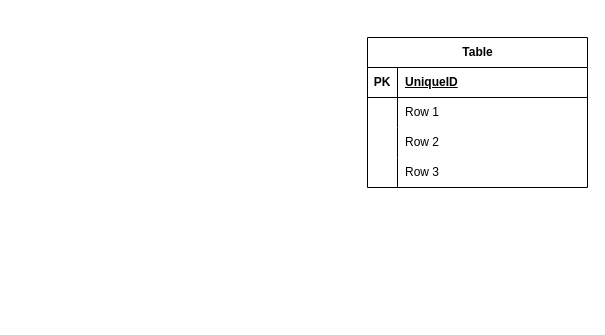
Heumhub/sparta keeps this draw.io diagram as 장고심화개인과제.drawio. Above is the earlier version. Source tidied: cells renumbered, new cells numbered last; positions are measured from the earlier drawing's top-left corner, leaving out a move shared by most shapes. Both pictures are drawn from the tidied source at 100%, with x=0, y=0 at pixel (367, 37).
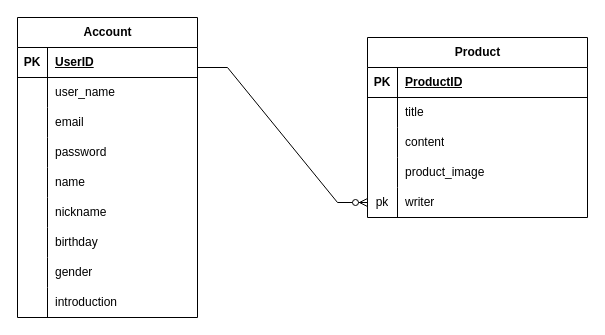
After the change.

Commit message:
장고심화개인과제.drawio 업데이트

The change refers to these unchanged cells:
```xml
<mxCell id="3" style="shape=tableRow;horizontal=0;startSize=0;swimlaneHead=0;swimlaneBody=0;fillColor=none;top=0;left=0;right=0;bottom=1;" parent="2" vertex="1">
  <mxGeometry y="30" width="220" height="30" as="geometry" />
</mxCell>
<mxCell id="6" style="shape=tableRow;horizontal=0;startSize=0;swimlaneHead=0;swimlaneBody=0;fillColor=none;top=0;left=0;right=0;bottom=0;" parent="2" vertex="1">
  <mxGeometry y="60" width="220" height="30" as="geometry" />
</mxCell>
<mxCell id="9" style="shape=tableRow;horizontal=0;startSize=0;swimlaneHead=0;swimlaneBody=0;fillColor=none;top=0;left=0;right=0;bottom=0;" parent="2" vertex="1">
  <mxGeometry y="90" width="220" height="30" as="geometry" />
</mxCell>
<mxCell id="12" style="shape=tableRow;horizontal=0;startSize=0;swimlaneHead=0;swimlaneBody=0;fillColor=none;top=0;left=0;right=0;bottom=0;" parent="2" vertex="1">
  <mxGeometry y="120" width="220" height="30" as="geometry" />
</mxCell>
```

The edit, as a diff of the source:
```diff
@@
-    <mxCell id="2" value="Table" style="shape=table;startSize=30;childLayout=tableLayout;rowLines=0;fontStyle=1;align=center;html=1;" parent="1" vertex="1">
-      <mxGeometry width="220" height="150" as="geometry" />
+    <mxCell id="2" value="Product" style="shape=table;startSize=30;childLayout=tableLayout;rowLines=0;fontStyle=1;align=center;html=1;" parent="1" vertex="1">
+      <mxGeometry width="220" height="180" as="geometry" />
     </mxCell>
@@
-    <mxCell id="5" value="UniqueID" style="shape=partialRectangle;fillColor=none;top=0;left=0;bottom=0;right=0;align=left;spacingLeft=6;fontStyle=5;overflow=hidden;whiteSpace=wrap;html=1;" parent="3" vertex="1">
+    <mxCell id="5" value="ProductID" style="shape=partialRectangle;fillColor=none;top=0;left=0;bottom=0;right=0;align=left;spacingLeft=6;fontStyle=5;overflow=hidden;whiteSpace=wrap;html=1;" parent="3" vertex="1">
       <mxGeometry x="30" width="190" height="30" as="geometry" />
     </mxCell>
@@
-    <mxCell id="8" value="Row 1" style="shape=partialRectangle;fillColor=none;top=0;left=0;bottom=0;right=0;align=left;spacingLeft=6;overflow=hidden;whiteSpace=wrap;html=1;" parent="6" vertex="1">
+    <mxCell id="8" value="title" style="shape=partialRectangle;fillColor=none;top=0;left=0;bottom=0;right=0;align=left;spacingLeft=6;overflow=hidden;whiteSpace=wrap;html=1;" parent="6" vertex="1">
       <mxGeometry x="30" width="190" height="30" as="geometry" />
     </mxCell>
@@
-    <mxCell id="11" value="Row 2" style="shape=partialRectangle;fillColor=none;top=0;left=0;bottom=0;right=0;align=left;spacingLeft=6;overflow=hidden;whiteSpace=wrap;html=1;" parent="9" vertex="1">
+    <mxCell id="11" value="content" style="shape=partialRectangle;fillColor=none;top=0;left=0;bottom=0;right=0;align=left;spacingLeft=6;overflow=hidden;whiteSpace=wrap;html=1;" parent="9" vertex="1">
       <mxGeometry x="30" width="190" height="30" as="geometry" />
     </mxCell>
@@
-    <mxCell id="14" value="Row 3" style="shape=partialRectangle;fillColor=none;top=0;left=0;bottom=0;right=0;align=left;spacingLeft=6;overflow=hidden;whiteSpace=wrap;html=1;" parent="12" vertex="1">
+    <mxCell id="14" value="product_image" style="shape=partialRectangle;fillColor=none;top=0;left=0;bottom=0;right=0;align=left;spacingLeft=6;overflow=hidden;whiteSpace=wrap;html=1;" parent="12" vertex="1">
       <mxGeometry x="30" width="190" height="30" as="geometry" />
     </mxCell>
+    <mxCell id="15" style="shape=tableRow;horizontal=0;startSize=0;swimlaneHead=0;swimlaneBody=0;fillColor=none;points=[[0,0.5],[1,0.5]];portConstraint=eastwest;top=0;left=0;right=0;bottom=0;" parent="2" vertex="1">
+      <mxGeometry y="150" width="220" height="30" as="geometry" />
+    </mxCell>
+    <mxCell id="16" value="pk" style="shape=partialRectangle;fillColor=none;top=0;left=0;bottom=0;right=0;overflow=hidden;whiteSpace=wrap;html=1;" parent="15" vertex="1">
+      <mxGeometry width="30" height="30" as="geometry" />
+    </mxCell>
+    <mxCell id="17" value="writer" style="shape=partialRectangle;fillColor=none;top=0;left=0;bottom=0;right=0;align=left;spacingLeft=6;overflow=hidden;whiteSpace=wrap;html=1;" parent="15" vertex="1">
+      <mxGeometry x="30" width="190" height="30" as="geometry" />
+    </mxCell>
+    <mxCell id="18" value="Account" style="shape=table;startSize=30;childLayout=tableLayout;rowLines=0;fontStyle=1;align=center;html=1;" parent="1" vertex="1">
+      <mxGeometry x="-350" y="-20" width="180" height="300" as="geometry" />
+    </mxCell>
+    <mxCell id="19" style="shape=tableRow;horizontal=0;startSize=0;swimlaneHead=0;swimlaneBody=0;fillColor=none;top=0;left=0;right=0;bottom=1;" parent="18" vertex="1">
+      <mxGeometry y="30" width="180" height="30" as="geometry" />
+    </mxCell>
+    <mxCell id="20" value="PK" style="shape=partialRectangle;fillColor=none;top=0;left=0;bottom=0;right=0;fontStyle=1;overflow=hidden;whiteSpace=wrap;html=1;" parent="19" vertex="1">
+      <mxGeometry width="30" height="30" as="geometry" />
+    </mxCell>
+    <mxCell id="21" value="UserID" style="shape=partialRectangle;fillColor=none;top=0;left=0;bottom=0;right=0;align=left;spacingLeft=6;fontStyle=5;overflow=hidden;whiteSpace=wrap;html=1;" parent="19" vertex="1">
+      <mxGeometry x="30" width="150" height="30" as="geometry" />
+    </mxCell>
+    <mxCell id="22" style="shape=tableRow;horizontal=0;startSize=0;swimlaneHead=0;swimlaneBody=0;fillColor=none;top=0;left=0;right=0;bottom=0;" parent="18" vertex="1">
+      <mxGeometry y="60" width="180" height="30" as="geometry" />
+    </mxCell>
+    <mxCell id="23" style="shape=partialRectangle;fillColor=none;top=0;left=0;bottom=0;right=0;overflow=hidden;whiteSpace=wrap;html=1;" parent="22" vertex="1">
+      <mxGeometry width="30" height="30" as="geometry" />
+    </mxCell>
+    <mxCell id="24" value="user_name" style="shape=partialRectangle;fillColor=none;top=0;left=0;bottom=0;right=0;align=left;spacingLeft=6;overflow=hidden;whiteSpace=wrap;html=1;" parent="22" vertex="1">
+      <mxGeometry x="30" width="150" height="30" as="geometry" />
+    </mxCell>
+    <mxCell id="25" style="shape=tableRow;horizontal=0;startSize=0;swimlaneHead=0;swimlaneBody=0;fillColor=none;top=0;left=0;right=0;bottom=0;" parent="18" vertex="1">
+      <mxGeometry y="90" width="180" height="30" as="geometry" />
+    </mxCell>
+    <mxCell id="26" style="shape=partialRectangle;fillColor=none;top=0;left=0;bottom=0;right=0;overflow=hidden;whiteSpace=wrap;html=1;" parent="25" vertex="1">
+      <mxGeometry width="30" height="30" as="geometry" />
+    </mxCell>
+    <mxCell id="27" value="email" style="shape=partialRectangle;fillColor=none;top=0;left=0;bottom=0;right=0;align=left;spacingLeft=6;overflow=hidden;whiteSpace=wrap;html=1;" parent="25" vertex="1">
+      <mxGeometry x="30" width="150" height="30" as="geometry" />
+    </mxCell>
+    <mxCell id="28" style="shape=tableRow;horizontal=0;startSize=0;swimlaneHead=0;swimlaneBody=0;fillColor=none;top=0;left=0;right=0;bottom=0;" parent="18" vertex="1">
+      <mxGeometry y="120" width="180" height="30" as="geometry" />
+    </mxCell>
+    <mxCell id="29" style="shape=partialRectangle;fillColor=none;top=0;left=0;bottom=0;right=0;overflow=hidden;whiteSpace=wrap;html=1;" parent="28" vertex="1">
+      <mxGeometry width="30" height="30" as="geometry" />
+    </mxCell>
+    <mxCell id="30" value="password" style="shape=partialRectangle;fillColor=none;top=0;left=0;bottom=0;right=0;align=left;spacingLeft=6;overflow=hidden;whiteSpace=wrap;html=1;" parent="28" vertex="1">
+      <mxGeometry x="30" width="150" height="30" as="geometry" />
+    </mxCell>
+    <mxCell id="31" style="shape=tableRow;horizontal=0;startSize=0;swimlaneHead=0;swimlaneBody=0;fillColor=none;top=0;left=0;right=0;bottom=0;" parent="18" vertex="1">
+      <mxGeometry y="150" width="180" height="30" as="geometry" />
+    </mxCell>
+    <mxCell id="32" style="shape=partialRectangle;fillColor=none;top=0;left=0;bottom=0;right=0;overflow=hidden;whiteSpace=wrap;html=1;" parent="31" vertex="1">
+      <mxGeometry width="30" height="30" as="geometry" />
+    </mxCell>
+    <mxCell id="33" value="name" style="shape=partialRectangle;fillColor=none;top=0;left=0;bottom=0;right=0;align=left;spacingLeft=6;overflow=hidden;whiteSpace=wrap;html=1;" parent="31" vertex="1">
+      <mxGeometry x="30" width="150" height="30" as="geometry" />
+    </mxCell>
+    <mxCell id="34" style="shape=tableRow;horizontal=0;startSize=0;swimlaneHead=0;swimlaneBody=0;fillColor=none;top=0;left=0;right=0;bottom=0;" parent="18" vertex="1">
+      <mxGeometry y="180" width="180" height="30" as="geometry" />
+    </mxCell>
+    <mxCell id="35" style="shape=partialRectangle;fillColor=none;top=0;left=0;bottom=0;right=0;overflow=hidden;whiteSpace=wrap;html=1;" parent="34" vertex="1">
+      <mxGeometry width="30" height="30" as="geometry" />
+    </mxCell>
+    <mxCell id="36" value="nickname" style="shape=partialRectangle;fillColor=none;top=0;left=0;bottom=0;right=0;align=left;spacingLeft=6;overflow=hidden;whiteSpace=wrap;html=1;" parent="34" vertex="1">
+      <mxGeometry x="30" width="150" height="30" as="geometry" />
+    </mxCell>
+    <mxCell id="37" style="shape=tableRow;horizontal=0;startSize=0;swimlaneHead=0;swimlaneBody=0;fillColor=none;top=0;left=0;right=0;bottom=0;" parent="18" vertex="1">
+      <mxGeometry y="210" width="180" height="30" as="geometry" />
+    </mxCell>
+    <mxCell id="38" style="shape=partialRectangle;fillColor=none;top=0;left=0;bottom=0;right=0;overflow=hidden;whiteSpace=wrap;html=1;" parent="37" vertex="1">
+      <mxGeometry width="30" height="30" as="geometry" />
+    </mxCell>
+    <mxCell id="39" value="birthday" style="shape=partialRectangle;fillColor=none;top=0;left=0;bottom=0;right=0;align=left;spacingLeft=6;overflow=hidden;whiteSpace=wrap;html=1;" parent="37" vertex="1">
+      <mxGeometry x="30" width="150" height="30" as="geometry" />
+    </mxCell>
+    <mxCell id="40" style="shape=tableRow;horizontal=0;startSize=0;swimlaneHead=0;swimlaneBody=0;fillColor=none;top=0;left=0;right=0;bottom=0;" parent="18" vertex="1">
+      <mxGeometry y="240" width="180" height="30" as="geometry" />
+    </mxCell>
+    <mxCell id="41" style="shape=partialRectangle;fillColor=none;top=0;left=0;bottom=0;right=0;overflow=hidden;whiteSpace=wrap;html=1;" parent="40" vertex="1">
+      <mxGeometry width="30" height="30" as="geometry" />
+    </mxCell>
+    <mxCell id="42" value="gender" style="shape=partialRectangle;fillColor=none;top=0;left=0;bottom=0;right=0;align=left;spacingLeft=6;overflow=hidden;whiteSpace=wrap;html=1;" parent="40" vertex="1">
+      <mxGeometry x="30" width="150" height="30" as="geometry" />
+    </mxCell>
+    <mxCell id="43" style="shape=tableRow;horizontal=0;startSize=0;swimlaneHead=0;swimlaneBody=0;fillColor=none;top=0;left=0;right=0;bottom=0;" parent="18" vertex="1">
+      <mxGeometry y="270" width="180" height="30" as="geometry" />
+    </mxCell>
+    <mxCell id="44" style="shape=partialRectangle;fillColor=none;top=0;left=0;bottom=0;right=0;overflow=hidden;whiteSpace=wrap;html=1;" parent="43" vertex="1">
+      <mxGeometry width="30" height="30" as="geometry" />
+    </mxCell>
+    <mxCell id="45" value="introduction" style="shape=partialRectangle;fillColor=none;top=0;left=0;bottom=0;right=0;align=left;spacingLeft=6;overflow=hidden;whiteSpace=wrap;html=1;" parent="43" vertex="1">
+      <mxGeometry x="30" width="150" height="30" as="geometry" />
+    </mxCell>
+    <mxCell id="46" style="edgeStyle=entityRelationEdgeStyle;fontSize=12;html=1;endArrow=ERzeroToMany;endFill=1;rounded=0;entryX=0;entryY=0.5;entryDx=0;entryDy=0;" parent="1" edge="1" target="15">
+      <mxGeometry relative="1" as="geometry">
+        <mxPoint x="-170" y="30" as="sourcePoint" />
+        <Array as="points">
+          <mxPoint x="-60" y="20" />
+          <mxPoint x="-90" y="10" />
+        </Array>
+      </mxGeometry>
+    </mxCell>
```
